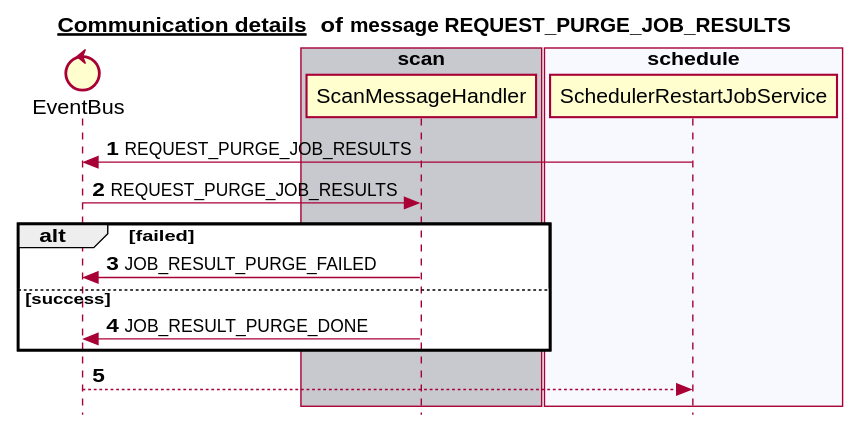
Above: docs/latest/images/gen_domain_messaging_request_purge_job_results.svg in mercedes-benz/sechub (PlantUML), before the change.
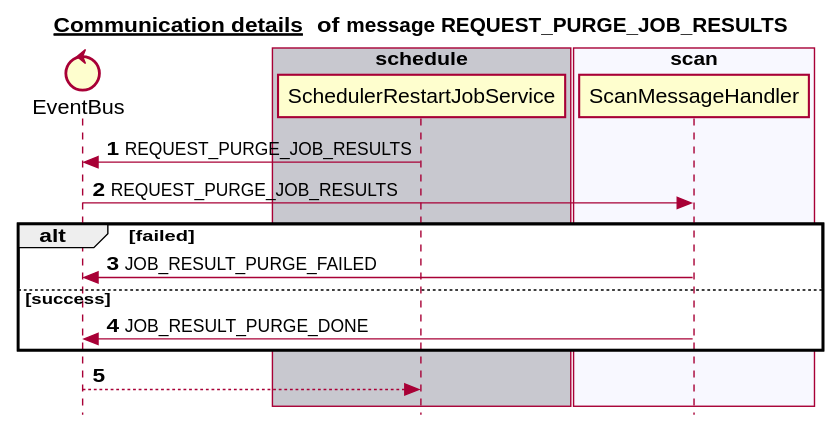
The same diagram one commit later.

The edit, as a diff of the source:
```diff
@@ -6,17 +6,17 @@
 
 
 control EventBus
-box "scan" #C8C8CF
+box "schedule" #C8C8CF
+   participant SchedulerRestartJobService
+end box
+box "scan" #F8F8FF
    participant ScanMessageHandler
 end box
-box "schedule" #F8F8FF
-   participant SchedulerRestartJobService
+box "administration" #C8C8CF
+end box
+box "notification" #F8F8FF
 end box
 box "authorization" #C8C8CF
-end box
-box "administration" #F8F8FF
-end box
-box "notification" #C8C8CF
 end box
 autonumber 1
 SchedulerRestartJobService -> EventBus:REQUEST_PURGE_JOB_RESULTS
```
